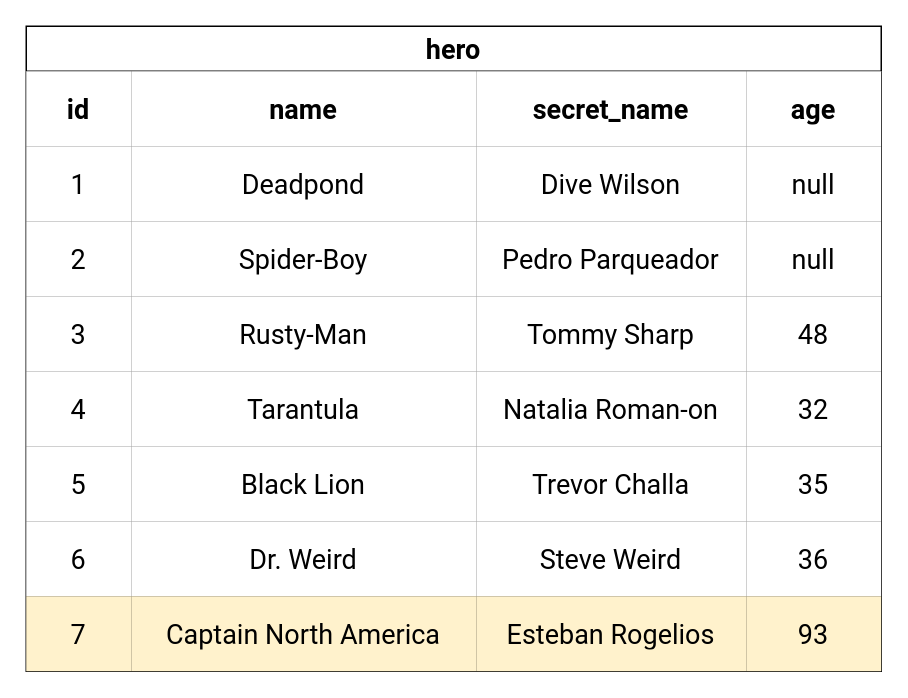
The draw.io diagram docs/img/tutorial/offset-and-limit/limit3.drawio in readyapi/sqldev, before the edit. Source tidied: cells renumbered, new cells numbered last; positions are measured from the earlier drawing's top-left corner, leaving out a move shared by most shapes. Both pictures are drawn from the tidied source at 150%, with x=0, y=0 at pixel (26, 26).
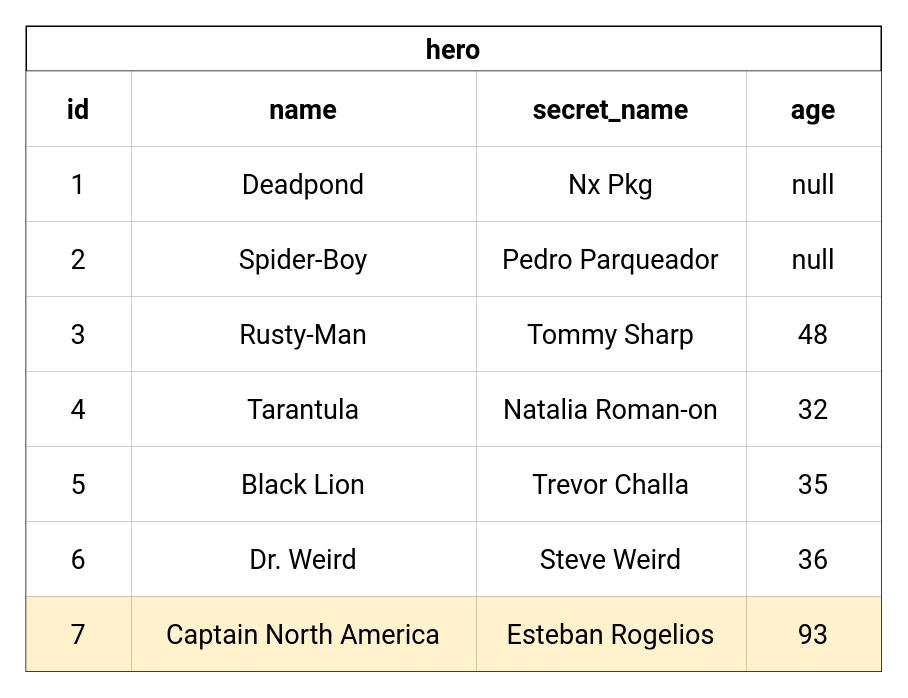
Above is the later version.

The change refers to these unchanged cells:
```xml
<mxCell id="8" style="shape=partialRectangle;html=1;whiteSpace=wrap;fillColor=none;top=0;left=0;bottom=0;right=0;" parent="2" vertex="1">
  <mxGeometry y="80" width="570" height="50" as="geometry" />
</mxCell>
```

The edit, as a diff of the source:
```diff
@@
-    <mxCell id="11" value="&lt;span style=&quot;font-family: &amp;#34;roboto&amp;#34; ; font-size: 18px&quot;&gt;Dive Wilson&lt;/span&gt;" style="shape=partialRectangle;html=1;whiteSpace=wrap;top=0;left=0;bottom=0;right=0;overflow=hidden;" parent="8" vertex="1">
+    <mxCell id="11" value="&lt;span style=&quot;font-family: &amp;#34;roboto&amp;#34; ; font-size: 18px&quot;&gt;Nx Pkg&lt;/span&gt;" style="shape=partialRectangle;html=1;whiteSpace=wrap;top=0;left=0;bottom=0;right=0;overflow=hidden;" parent="8" vertex="1">
       <mxGeometry x="300" width="180" height="50" as="geometry" />
     </mxCell>
```
